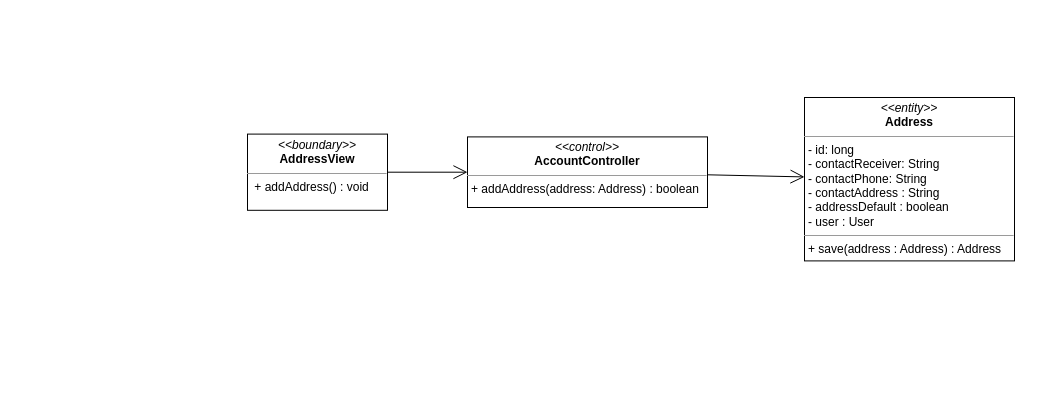
Before: class diagram/add-address-class-diagram.drawio in nguyenphamvan/datn_20202, a draw.io diagram. Source tidied: cells renumbered, new cells numbered last; positions are measured from the earlier drawing's top-left corner, leaving out a move shared by most shapes. Both pictures are drawn from the tidied source at 100%, with x=0, y=0 at pixel (247, 97).
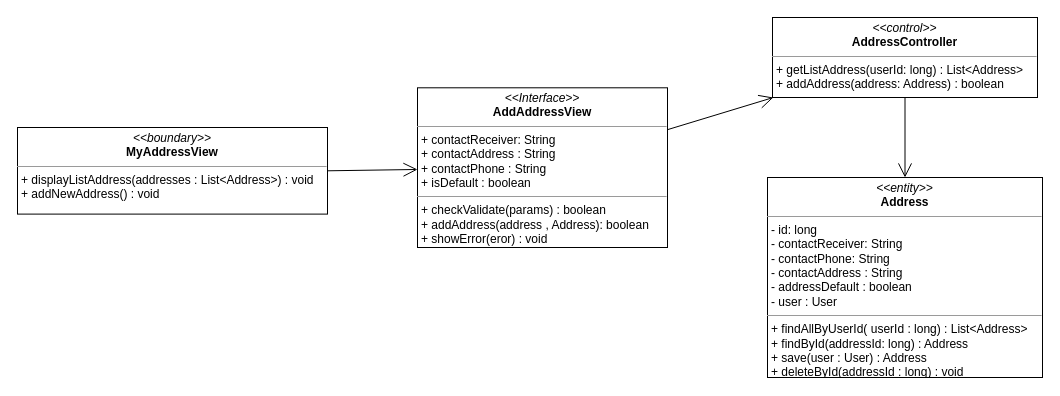
Above is the later version.

Change to the diagram source:
```diff
@@
 <mxGraphModel>
   <root>
     <mxCell id="0" />
     <mxCell id="1" parent="0" />
-    <mxCell id="2" value="&lt;p style=&quot;margin: 0px ; margin-top: 4px ; text-align: center&quot;&gt;&lt;i&gt;&amp;lt;&amp;lt;boundary&amp;gt;&amp;gt;&lt;/i&gt;&lt;br&gt;&lt;b&gt;AddressView&lt;/b&gt;&lt;/p&gt;&lt;hr size=&quot;1&quot;&gt;&lt;p style=&quot;margin: 0px ; margin-left: 4px&quot;&gt;&lt;span&gt;&amp;nbsp;&lt;/span&gt;&lt;span&gt;+ addAddress() : void&lt;/span&gt;&lt;/p&gt;" style="verticalAlign=top;align=left;overflow=fill;fontSize=12;fontFamily=Helvetica;html=1;" parent="1" vertex="1">
-      <mxGeometry y="36.6" width="140" height="76.2" as="geometry" />
+    <mxCell id="2" value="&lt;p style=&quot;margin: 0px ; margin-top: 4px ; text-align: center&quot;&gt;&lt;i&gt;&amp;lt;&amp;lt;boundary&amp;gt;&amp;gt;&lt;/i&gt;&lt;br&gt;&lt;b&gt;MyAddressView&lt;/b&gt;&lt;/p&gt;&lt;hr size=&quot;1&quot;&gt;&lt;p style=&quot;margin: 0px ; margin-left: 4px&quot;&gt;&lt;span&gt;+ displayListAddress(addresses : List&amp;lt;Address&amp;gt;) : void&lt;/span&gt;&lt;/p&gt;&lt;p style=&quot;margin: 0px 0px 0px 4px&quot;&gt;+ addNewAddress() : void&lt;/p&gt;" style="verticalAlign=top;align=left;overflow=fill;fontSize=12;fontFamily=Helvetica;html=1;" parent="1" vertex="1">
+      <mxGeometry x="-230" y="30" width="310" height="86.6" as="geometry" />
     </mxCell>
-    <mxCell id="3" style="endArrow=open;endFill=1;endSize=12;html=1;exitX=1;exitY=0.5;exitDx=0;exitDy=0;" parent="1" edge="1" source="2" target="5">
+    <mxCell id="3" style="endArrow=open;endFill=1;endSize=12;html=1;exitX=1;exitY=0.5;exitDx=0;exitDy=0;" parent="1" edge="1" source="2" target="7">
       <mxGeometry relative="1" as="geometry" />
     </mxCell>
-    <mxCell id="4" value="&lt;p style=&quot;margin: 0px ; margin-top: 4px ; text-align: center&quot;&gt;&lt;i&gt;&amp;lt;&amp;lt;entity&amp;gt;&amp;gt;&lt;/i&gt;&lt;br&gt;&lt;b&gt;Address&lt;/b&gt;&lt;/p&gt;&lt;hr size=&quot;1&quot;&gt;&lt;p style=&quot;margin: 0px ; margin-left: 4px&quot;&gt;- id: long&lt;/p&gt;&lt;p style=&quot;margin: 0px ; margin-left: 4px&quot;&gt;- contactReceiver: String&lt;br&gt;- contactPhone: String&lt;/p&gt;&lt;p style=&quot;margin: 0px ; margin-left: 4px&quot;&gt;- contactAddress : String&lt;/p&gt;&lt;p style=&quot;margin: 0px ; margin-left: 4px&quot;&gt;- addressDefault : boolean&lt;/p&gt;&lt;p style=&quot;margin: 0px ; margin-left: 4px&quot;&gt;- user : User&lt;/p&gt;&lt;hr size=&quot;1&quot;&gt;&lt;p style=&quot;margin: 0px ; margin-left: 4px&quot;&gt;+ save(address : Address) : Address&lt;/p&gt;" style="verticalAlign=top;align=left;overflow=fill;fontSize=12;fontFamily=Helvetica;html=1;" parent="1" vertex="1">
-      <mxGeometry x="557" width="210" height="163.4" as="geometry" />
+    <mxCell id="4" value="&lt;p style=&quot;margin: 0px ; margin-top: 4px ; text-align: center&quot;&gt;&lt;i&gt;&amp;lt;&amp;lt;entity&amp;gt;&amp;gt;&lt;/i&gt;&lt;br&gt;&lt;b&gt;Address&lt;/b&gt;&lt;/p&gt;&lt;hr size=&quot;1&quot;&gt;&lt;p style=&quot;margin: 0px ; margin-left: 4px&quot;&gt;- id: long&lt;/p&gt;&lt;p style=&quot;margin: 0px ; margin-left: 4px&quot;&gt;- contactReceiver: String&lt;br&gt;- contactPhone: String&lt;/p&gt;&lt;p style=&quot;margin: 0px ; margin-left: 4px&quot;&gt;- contactAddress : String&lt;/p&gt;&lt;p style=&quot;margin: 0px ; margin-left: 4px&quot;&gt;- addressDefault : boolean&lt;/p&gt;&lt;p style=&quot;margin: 0px ; margin-left: 4px&quot;&gt;- user : User&lt;/p&gt;&lt;hr size=&quot;1&quot;&gt;&lt;p style=&quot;margin: 0px 0px 0px 4px&quot;&gt;+ findAllByUserId( userId : long) : List&amp;lt;Address&amp;gt;&lt;/p&gt;&lt;p style=&quot;margin: 0px 0px 0px 4px&quot;&gt;+ findById(addressId: long) : Address&lt;/p&gt;&lt;p style=&quot;margin: 0px 0px 0px 4px&quot;&gt;+ save(user : User) : Address&lt;/p&gt;&lt;p style=&quot;margin: 0px 0px 0px 4px&quot;&gt;+ deleteById(addressId : long) : void&lt;/p&gt;" style="verticalAlign=top;align=left;overflow=fill;fontSize=12;fontFamily=Helvetica;html=1;" parent="1" vertex="1">
+      <mxGeometry x="520" y="80" width="275" height="200" as="geometry" />
     </mxCell>
-    <mxCell id="5" value="&lt;p style=&quot;margin: 0px ; margin-top: 4px ; text-align: center&quot;&gt;&lt;i&gt;&amp;lt;&amp;lt;control&amp;gt;&amp;gt;&lt;/i&gt;&lt;br&gt;&lt;b&gt;AccountController&lt;/b&gt;&lt;/p&gt;&lt;hr size=&quot;1&quot;&gt;&lt;p style=&quot;margin: 0px ; margin-left: 4px&quot;&gt;+ addAddress(address: Address) : boolean&lt;br&gt;&lt;/p&gt;" style="verticalAlign=top;align=left;overflow=fill;fontSize=12;fontFamily=Helvetica;html=1;" parent="1" vertex="1">
-      <mxGeometry x="220" y="39.4" width="240" height="70.6" as="geometry" />
+    <mxCell id="5" value="&lt;p style=&quot;margin: 0px ; margin-top: 4px ; text-align: center&quot;&gt;&lt;i&gt;&amp;lt;&amp;lt;control&amp;gt;&amp;gt;&lt;/i&gt;&lt;br&gt;&lt;b&gt;AddressController&lt;/b&gt;&lt;/p&gt;&lt;hr size=&quot;1&quot;&gt;&lt;p style=&quot;margin: 0px 0px 0px 4px&quot;&gt;+ getListAddress(userId: long) : List&amp;lt;Address&amp;gt;&lt;/p&gt;&lt;p style=&quot;margin: 0px 0px 0px 4px&quot;&gt;+ addAddress(address: Address) : boolean&lt;/p&gt;" style="verticalAlign=top;align=left;overflow=fill;fontSize=12;fontFamily=Helvetica;html=1;" parent="1" vertex="1">
+      <mxGeometry x="525" y="-80" width="265" height="80" as="geometry" />
     </mxCell>
     <mxCell id="6" style="endArrow=open;endFill=1;endSize=12;html=1;" parent="1" edge="1" source="5" target="4">
       <mxGeometry relative="1" as="geometry" />
     </mxCell>
+    <mxCell id="7" value="&lt;p style=&quot;margin: 0px ; margin-top: 4px ; text-align: center&quot;&gt;&lt;i&gt;&amp;lt;&amp;lt;Interface&amp;gt;&amp;gt;&lt;/i&gt;&lt;br&gt;&lt;b&gt;AddAddressView&lt;/b&gt;&lt;/p&gt;&lt;hr size=&quot;1&quot;&gt;&lt;p style=&quot;margin: 0px ; margin-left: 4px&quot;&gt;+ contactReceiver: String&lt;br&gt;+ contactAddress : String&lt;/p&gt;&lt;p style=&quot;margin: 0px ; margin-left: 4px&quot;&gt;+ contactPhone : String&lt;/p&gt;&lt;p style=&quot;margin: 0px ; margin-left: 4px&quot;&gt;+ isDefault : boolean&lt;/p&gt;&lt;hr size=&quot;1&quot;&gt;&lt;p style=&quot;margin: 0px ; margin-left: 4px&quot;&gt;+ checkValidate(params) : boolean&lt;br&gt;+ addAddress(address , Address): boolean&lt;/p&gt;&lt;p style=&quot;margin: 0px ; margin-left: 4px&quot;&gt;+ showError(eror) : void&lt;/p&gt;" style="verticalAlign=top;align=left;overflow=fill;fontSize=12;fontFamily=Helvetica;html=1;" parent="1" vertex="1">
+      <mxGeometry x="170" y="-9.7" width="250" height="159.7" as="geometry" />
+    </mxCell>
+    <mxCell id="8" style="endArrow=open;endFill=1;endSize=12;html=1;" parent="1" edge="1" source="7" target="5">
+      <mxGeometry relative="1" as="geometry" />
+    </mxCell>
   </root>
 </mxGraphModel>
```
